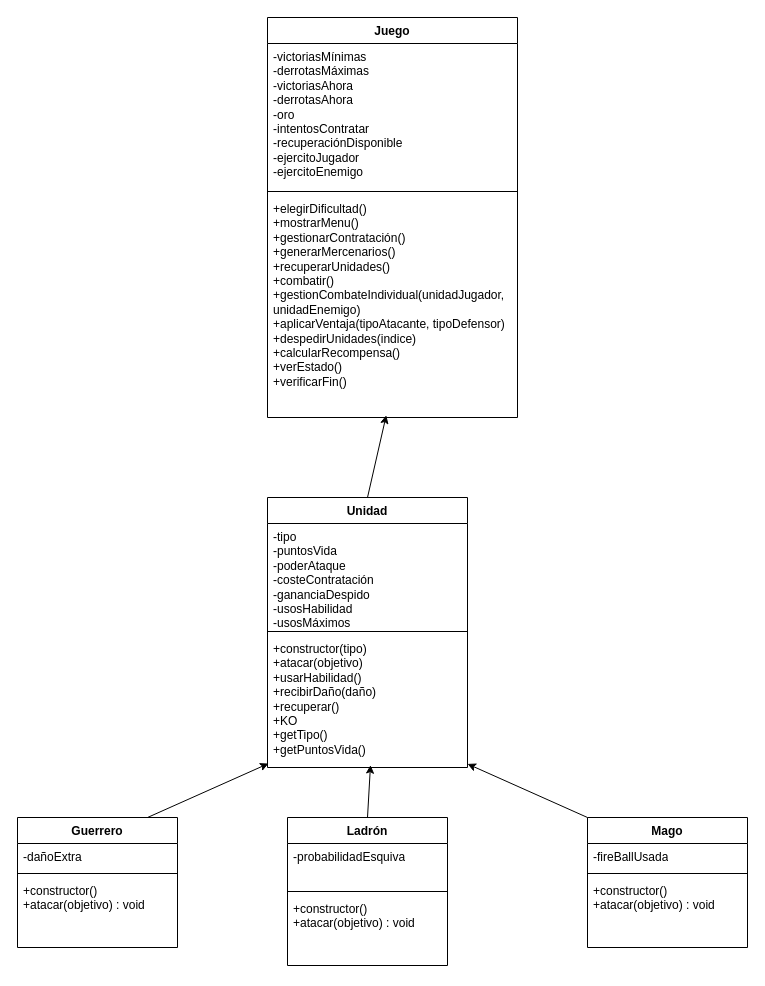
DonKemado/SwordsAndFireBalls keeps this draw.io diagram as DiagramaDeClases.drawio. Above is the earlier version. Source tidied: cells renumbered, new cells numbered last; positions are measured from the earlier drawing's top-left corner, leaving out a move shared by most shapes. Both pictures are drawn from the tidied source at 100%, with x=0, y=0 at pixel (17, 17).
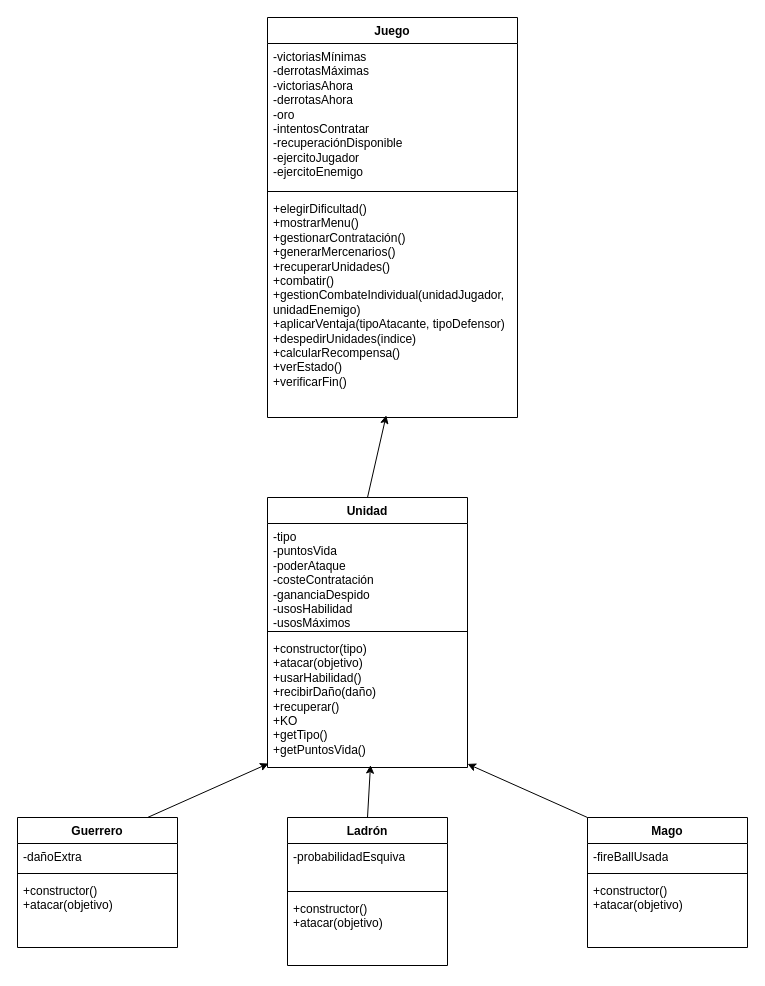
After the change.

The change refers to these unchanged cells:
```xml
<mxCell id="10" value="Guerrero" style="swimlane;fontStyle=1;align=center;verticalAlign=top;horizontal=1;startSize=26;whiteSpace=wrap;html=1;" parent="1" vertex="1">
  <mxGeometry y="800" width="160" height="130" as="geometry" />
</mxCell>
<mxCell id="14" value="Ladrón" style="swimlane;fontStyle=1;align=center;verticalAlign=top;horizontal=1;startSize=26;whiteSpace=wrap;html=1;" parent="1" vertex="1">
  <mxGeometry x="270" y="800" width="160" height="148" as="geometry" />
</mxCell>
<mxCell id="18" value="Mago" style="swimlane;fontStyle=1;align=center;verticalAlign=top;horizontal=1;startSize=26;whiteSpace=wrap;html=1;" parent="1" vertex="1">
  <mxGeometry x="570" y="800" width="160" height="130" as="geometry" />
</mxCell>
```

What changed in the source:
```diff
@@
-    <mxCell id="13" value="+constructor()&lt;div&gt;+atacar(objetivo) : void&lt;/div&gt;" style="text;strokeColor=none;fillColor=none;align=left;verticalAlign=top;spacingLeft=4;spacingRight=4;overflow=hidden;whiteSpace=wrap;html=1;" parent="10" vertex="1">
+    <mxCell id="13" value="+constructor()&lt;div&gt;+atacar(objetivo)&amp;nbsp;&lt;/div&gt;" style="text;strokeColor=none;fillColor=none;align=left;verticalAlign=top;spacingLeft=4;spacingRight=4;overflow=hidden;whiteSpace=wrap;html=1;" parent="10" vertex="1">
       <mxGeometry y="60" width="160" height="70" as="geometry" />
     </mxCell>
@@
-    <mxCell id="17" value="+constructor()&lt;div&gt;+atacar(objetivo) : void&lt;/div&gt;" style="text;strokeColor=none;fillColor=none;align=left;verticalAlign=top;spacingLeft=4;spacingRight=4;overflow=hidden;whiteSpace=wrap;html=1;" parent="14" vertex="1">
+    <mxCell id="17" value="+constructor()&lt;div&gt;+atacar(objetivo)&lt;/div&gt;" style="text;strokeColor=none;fillColor=none;align=left;verticalAlign=top;spacingLeft=4;spacingRight=4;overflow=hidden;whiteSpace=wrap;html=1;" parent="14" vertex="1">
       <mxGeometry y="78" width="160" height="70" as="geometry" />
     </mxCell>
@@
-    <mxCell id="21" value="+constructor()&lt;div&gt;+atacar(objetivo) : void&lt;/div&gt;" style="text;strokeColor=none;fillColor=none;align=left;verticalAlign=top;spacingLeft=4;spacingRight=4;overflow=hidden;whiteSpace=wrap;html=1;" parent="18" vertex="1">
+    <mxCell id="21" value="+constructor()&lt;div&gt;+atacar(objetivo)&lt;/div&gt;" style="text;strokeColor=none;fillColor=none;align=left;verticalAlign=top;spacingLeft=4;spacingRight=4;overflow=hidden;whiteSpace=wrap;html=1;" parent="18" vertex="1">
       <mxGeometry y="60" width="160" height="70" as="geometry" />
     </mxCell>
```
